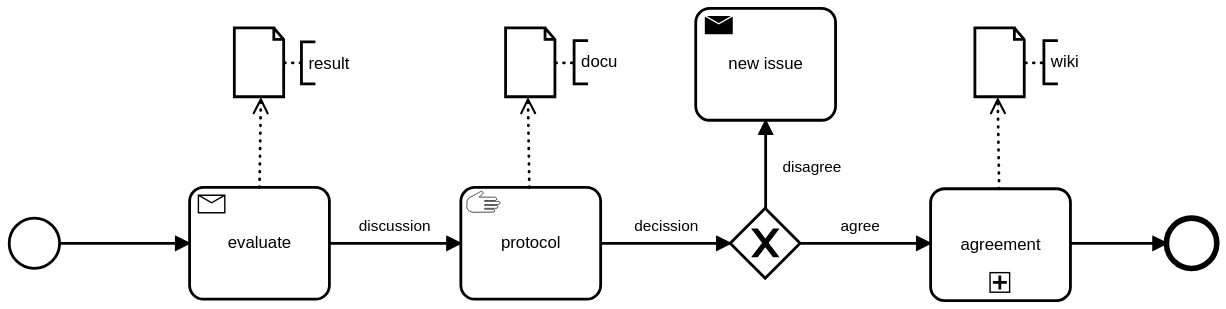
Above: images/decisionMaking.svg in openintegrationhub/Data-and-Domain-Models (BPMN), before the change. Its source is kept beside it as images/sources/decisionMaking.bpmn. Ids are renumbered.
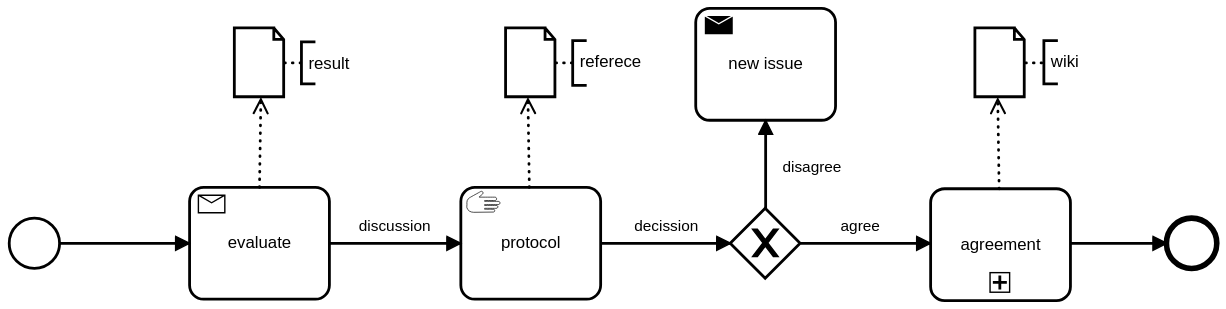
Later version of the same file.

Commit message:
Update decision making

Change to the diagram source:
```diff
@@ -54,7 +54,7 @@
     <bpmn:textAnnotation id="TextAnnotation_n22">    <bpmn:text>wiki</bpmn:text>
 </bpmn:textAnnotation>
     <bpmn:association id="Association_n23" sourceRef="DataObjectReference_n11" targetRef="TextAnnotation_n22" />
-    <bpmn:textAnnotation id="TextAnnotation_n24">    <bpmn:text>docu</bpmn:text>
+    <bpmn:textAnnotation id="TextAnnotation_n24">    <bpmn:text>referece</bpmn:text>
 </bpmn:textAnnotation>
     <bpmn:association id="Association_n25" sourceRef="DataObjectReference_n13" targetRef="TextAnnotation_n24" />
     <bpmn:textAnnotation id="TextAnnotation_n26">    <bpmn:text>result</bpmn:text>
@@ -167,11 +167,11 @@
         <di:waypoint xsi:type="dc:Point" x="913" y="-9" />
       </bpmndi:BPMNEdge>
       <bpmndi:BPMNShape id="TextAnnotation_n24_di" bpmnElement="TextAnnotation_n24">
-        <dc:Bounds x="577" y="-25" width="50" height="31" />
+        <dc:Bounds x="576" y="-25" width="80" height="32" />
       </bpmndi:BPMNShape>
       <bpmndi:BPMNEdge id="Association_n25_di" bpmnElement="Association_n25">
         <di:waypoint xsi:type="dc:Point" x="564" y="-9" />
-        <di:waypoint xsi:type="dc:Point" x="577" y="-9" />
+        <di:waypoint xsi:type="dc:Point" x="576" y="-9" />
       </bpmndi:BPMNEdge>
       <bpmndi:BPMNShape id="TextAnnotation_n26_di" bpmnElement="TextAnnotation_n26">
         <dc:Bounds x="382" y="-24" width="99" height="30" />
```
